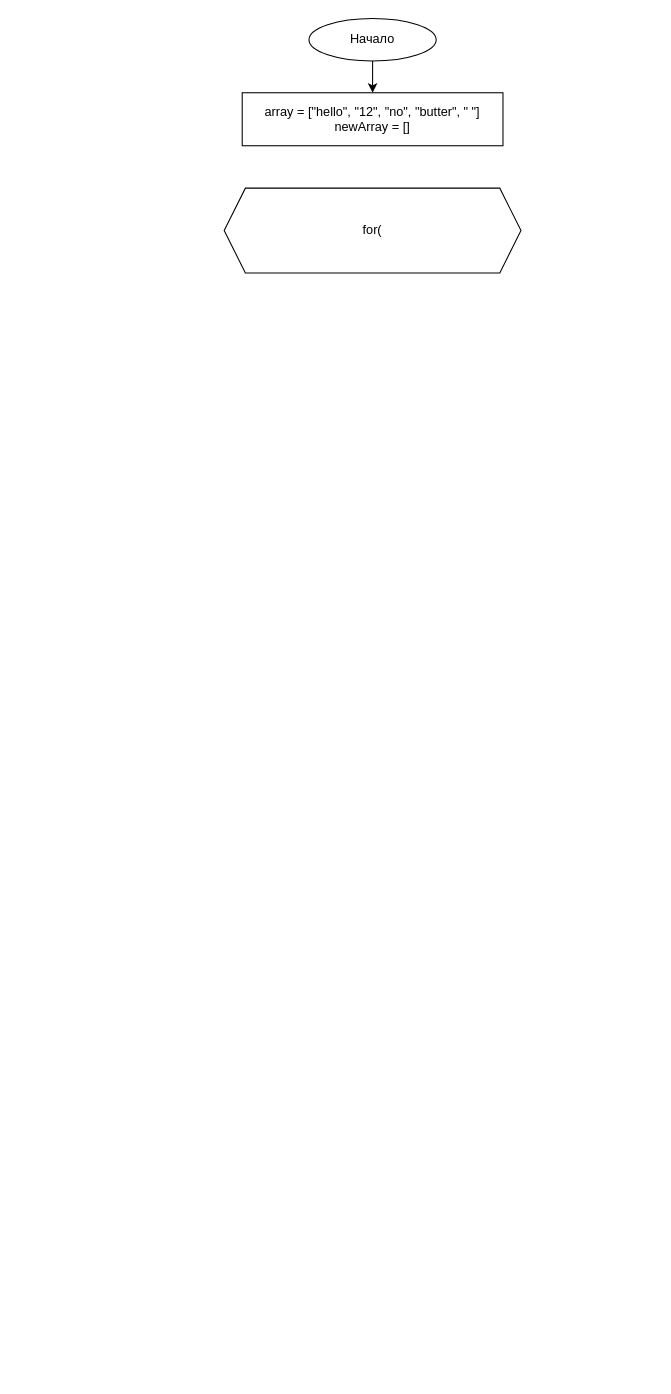
Before: Graph.drawio in sokems/MainHomeworkGB, a draw.io diagram. Source tidied: cells renumbered, new cells numbered last; positions are measured from the earlier drawing's top-left corner, leaving out a move shared by most shapes. Both pictures are drawn from the tidied source at 106%, with x=0, y=0 at pixel (224, 18).
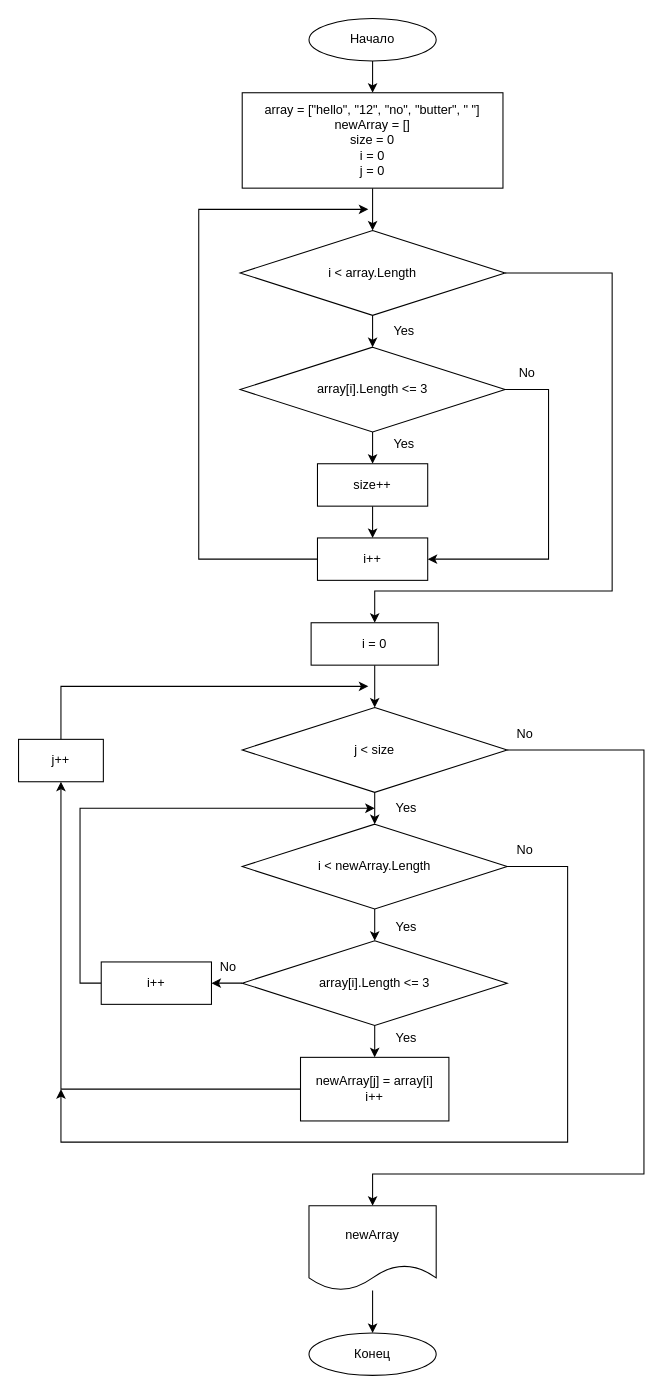
The same page after the edit.

The edit, as a diff of the source:
```diff
@@
+    <mxCell id="6" style="edgeStyle=orthogonalEdgeStyle;rounded=0;jettySize=auto;html=1;" parent="1" edge="1" source="4" target="9">
+      <mxGeometry relative="1" as="geometry" />
+    </mxCell>
-    <mxCell id="4" value="array = [&quot;hello&quot;, &quot;12&quot;, &quot;no&quot;, &quot;butter&quot;, &quot; &quot;]&lt;br&gt;newArray = []" style="rounded=0;whiteSpace=wrap;html=1;" parent="1" vertex="1">
-      <mxGeometry x="17" y="70" width="246" height="50" as="geometry" />
+    <mxCell id="4" value="array = [&quot;hello&quot;, &quot;12&quot;, &quot;no&quot;, &quot;butter&quot;, &quot; &quot;]&lt;br&gt;newArray = []&lt;br&gt;size = 0&lt;br&gt;i = 0&lt;br&gt;j = 0" style="rounded=0;whiteSpace=wrap;html=1;" parent="1" vertex="1">
+      <mxGeometry x="17" y="70" width="246" height="90" as="geometry" />
     </mxCell>
-    <mxCell id="5" value="for(" style="shape=hexagon;perimeter=hexagonPerimeter2;whiteSpace=wrap;html=1;fixedSize=1;" parent="1" vertex="1">
-      <mxGeometry y="160" width="280" height="80" as="geometry" />
-    </mxCell>
+    <mxCell id="7" style="edgeStyle=orthogonalEdgeStyle;rounded=0;jettySize=auto;html=1;" parent="1" edge="1" source="9" target="12">
+      <mxGeometry relative="1" as="geometry" />
+    </mxCell>
+    <mxCell id="8" style="edgeStyle=orthogonalEdgeStyle;rounded=0;jettySize=auto;html=1;entryX=0.5;entryY=0;entryDx=0;entryDy=0;" parent="1" edge="1" source="9" target="32">
+      <mxGeometry relative="1" as="geometry">
+        <Array as="points">
+          <mxPoint x="366" y="240" />
+          <mxPoint x="366" y="540" />
+          <mxPoint x="142" y="540" />
+        </Array>
+      </mxGeometry>
+    </mxCell>
+    <mxCell id="9" value="i &amp;lt; array.Length" style="rhombus;whiteSpace=wrap;html=1;" parent="1" vertex="1">
+      <mxGeometry x="15" y="200" width="250" height="80" as="geometry" />
+    </mxCell>
+    <mxCell id="10" style="edgeStyle=orthogonalEdgeStyle;rounded=0;jettySize=auto;html=1;" parent="1" edge="1" source="12" target="15">
+      <mxGeometry relative="1" as="geometry" />
+    </mxCell>
+    <mxCell id="11" style="edgeStyle=orthogonalEdgeStyle;rounded=0;jettySize=auto;html=1;entryX=1;entryY=0.5;entryDx=0;entryDy=0;" parent="1" edge="1" source="12" target="18">
+      <mxGeometry relative="1" as="geometry">
+        <Array as="points">
+          <mxPoint x="306" y="350" />
+          <mxPoint x="306" y="510" />
+        </Array>
+      </mxGeometry>
+    </mxCell>
+    <mxCell id="12" value="array[i].Length &amp;lt;= 3" style="rhombus;whiteSpace=wrap;html=1;" parent="1" vertex="1">
+      <mxGeometry x="15" y="310" width="250" height="80" as="geometry" />
+    </mxCell>
+    <mxCell id="13" value="Yes" style="text;html=1;strokeColor=none;fillColor=none;align=center;verticalAlign=middle;whiteSpace=wrap;rounded=0;" parent="1" vertex="1">
+      <mxGeometry x="140" y="280" width="60" height="30" as="geometry" />
+    </mxCell>
+    <mxCell id="14" style="edgeStyle=orthogonalEdgeStyle;rounded=0;jettySize=auto;html=1;" parent="1" edge="1" source="15" target="18">
+      <mxGeometry relative="1" as="geometry" />
+    </mxCell>
+    <mxCell id="15" value="size++" style="whiteSpace=wrap;html=1;" parent="1" vertex="1">
+      <mxGeometry x="88" y="420" width="104" height="40" as="geometry" />
+    </mxCell>
+    <mxCell id="16" value="Yes" style="text;html=1;strokeColor=none;fillColor=none;align=center;verticalAlign=middle;whiteSpace=wrap;rounded=0;" parent="1" vertex="1">
+      <mxGeometry x="140" y="387" width="60" height="30" as="geometry" />
+    </mxCell>
+    <mxCell id="17" style="edgeStyle=orthogonalEdgeStyle;rounded=0;jettySize=auto;html=1;" parent="1" edge="1" source="18">
+      <mxGeometry relative="1" as="geometry">
+        <mxPoint x="136" y="180" as="targetPoint" />
+        <Array as="points">
+          <mxPoint x="-24" y="510" />
+          <mxPoint x="-24" y="180" />
+        </Array>
+      </mxGeometry>
+    </mxCell>
+    <mxCell id="18" value="i++" style="whiteSpace=wrap;html=1;" parent="1" vertex="1">
+      <mxGeometry x="88" y="490" width="104" height="40" as="geometry" />
+    </mxCell>
+    <mxCell id="19" value="No" style="text;html=1;strokeColor=none;fillColor=none;align=center;verticalAlign=middle;whiteSpace=wrap;rounded=0;" parent="1" vertex="1">
+      <mxGeometry x="256" y="320" width="60" height="30" as="geometry" />
+    </mxCell>
+    <mxCell id="20" style="edgeStyle=orthogonalEdgeStyle;rounded=0;jettySize=auto;html=1;" parent="1" edge="1" source="22" target="35">
+      <mxGeometry relative="1" as="geometry" />
+    </mxCell>
+    <mxCell id="21" style="edgeStyle=orthogonalEdgeStyle;rounded=0;jettySize=auto;html=1;entryX=0.5;entryY=0;entryDx=0;entryDy=0;" parent="1" edge="1" source="22" target="43">
+      <mxGeometry relative="1" as="geometry">
+        <Array as="points">
+          <mxPoint x="396" y="690" />
+          <mxPoint x="396" y="1090" />
+          <mxPoint x="140" y="1090" />
+        </Array>
+      </mxGeometry>
+    </mxCell>
+    <mxCell id="22" value="j &amp;lt; size" style="rhombus;whiteSpace=wrap;html=1;" parent="1" vertex="1">
+      <mxGeometry x="17" y="650" width="250" height="80" as="geometry" />
+    </mxCell>
+    <mxCell id="23" style="edgeStyle=orthogonalEdgeStyle;rounded=0;jettySize=auto;html=1;" parent="1" edge="1" source="25" target="27">
+      <mxGeometry relative="1" as="geometry" />
+    </mxCell>
+    <mxCell id="24" style="edgeStyle=orthogonalEdgeStyle;rounded=0;jettySize=auto;html=1;" parent="1" edge="1" source="25" target="30">
+      <mxGeometry relative="1" as="geometry" />
+    </mxCell>
+    <mxCell id="25" value="array[i].Length &amp;lt;= 3" style="rhombus;whiteSpace=wrap;html=1;" parent="1" vertex="1">
+      <mxGeometry x="17" y="870" width="250" height="80" as="geometry" />
+    </mxCell>
+    <mxCell id="26" style="edgeStyle=orthogonalEdgeStyle;rounded=0;jettySize=auto;html=1;entryX=0.5;entryY=1;entryDx=0;entryDy=0;" parent="1" edge="1" source="27" target="41">
+      <mxGeometry relative="1" as="geometry" />
+    </mxCell>
+    <mxCell id="27" value="newArray[j] = array[i]&lt;br&gt;i++" style="whiteSpace=wrap;html=1;" parent="1" vertex="1">
+      <mxGeometry x="72" y="980" width="140" height="60" as="geometry" />
+    </mxCell>
+    <mxCell id="28" value="Yes" style="text;html=1;strokeColor=none;fillColor=none;align=center;verticalAlign=middle;whiteSpace=wrap;rounded=0;" parent="1" vertex="1">
+      <mxGeometry x="142" y="947" width="60" height="30" as="geometry" />
+    </mxCell>
+    <mxCell id="29" style="edgeStyle=orthogonalEdgeStyle;rounded=0;jettySize=auto;html=1;entryX=0;entryY=0.5;entryDx=0;entryDy=0;" parent="1" edge="1" source="30" target="36">
+      <mxGeometry relative="1" as="geometry">
+        <Array as="points">
+          <mxPoint x="-136" y="910" />
+          <mxPoint x="-136" y="745" />
+        </Array>
+      </mxGeometry>
+    </mxCell>
+    <mxCell id="30" value="i++" style="whiteSpace=wrap;html=1;" parent="1" vertex="1">
+      <mxGeometry x="-116" y="890" width="104" height="40" as="geometry" />
+    </mxCell>
+    <mxCell id="31" style="edgeStyle=orthogonalEdgeStyle;rounded=0;jettySize=auto;html=1;" parent="1" edge="1" source="32" target="22">
+      <mxGeometry relative="1" as="geometry" />
+    </mxCell>
+    <mxCell id="32" value="i = 0" style="rounded=0;whiteSpace=wrap;html=1;" parent="1" vertex="1">
+      <mxGeometry x="82" y="570" width="120" height="40" as="geometry" />
+    </mxCell>
+    <mxCell id="33" style="edgeStyle=orthogonalEdgeStyle;rounded=0;jettySize=auto;html=1;" parent="1" edge="1" source="35" target="25">
+      <mxGeometry relative="1" as="geometry" />
+    </mxCell>
+    <mxCell id="34" style="edgeStyle=orthogonalEdgeStyle;rounded=0;jettySize=auto;html=1;" parent="1" edge="1" source="35">
+      <mxGeometry relative="1" as="geometry">
+        <mxPoint x="-154" y="1010" as="targetPoint" />
+        <Array as="points">
+          <mxPoint x="324" y="800" />
+          <mxPoint x="324" y="1060" />
+          <mxPoint x="-154" y="1060" />
+        </Array>
+      </mxGeometry>
+    </mxCell>
+    <mxCell id="35" value="i &amp;lt; newArray.Length" style="rhombus;whiteSpace=wrap;html=1;" parent="1" vertex="1">
+      <mxGeometry x="17" y="760" width="250" height="80" as="geometry" />
+    </mxCell>
+    <mxCell id="36" value="Yes" style="text;html=1;strokeColor=none;fillColor=none;align=center;verticalAlign=middle;whiteSpace=wrap;rounded=0;" parent="1" vertex="1">
+      <mxGeometry x="142" y="730" width="60" height="30" as="geometry" />
+    </mxCell>
+    <mxCell id="37" value="Yes" style="text;html=1;strokeColor=none;fillColor=none;align=center;verticalAlign=middle;whiteSpace=wrap;rounded=0;" parent="1" vertex="1">
+      <mxGeometry x="142" y="842" width="60" height="30" as="geometry" />
+    </mxCell>
+    <mxCell id="38" value="No" style="text;html=1;strokeColor=none;fillColor=none;align=center;verticalAlign=middle;whiteSpace=wrap;rounded=0;" parent="1" vertex="1">
+      <mxGeometry x="-26" y="880" width="60" height="30" as="geometry" />
+    </mxCell>
+    <mxCell id="39" value="No" style="text;html=1;strokeColor=none;fillColor=none;align=center;verticalAlign=middle;whiteSpace=wrap;rounded=0;" parent="1" vertex="1">
+      <mxGeometry x="254" y="770" width="60" height="30" as="geometry" />
+    </mxCell>
+    <mxCell id="40" style="edgeStyle=orthogonalEdgeStyle;rounded=0;jettySize=auto;html=1;" parent="1" edge="1" source="41">
+      <mxGeometry relative="1" as="geometry">
+        <mxPoint x="136" y="630" as="targetPoint" />
+        <Array as="points">
+          <mxPoint x="-154" y="630" />
+        </Array>
+      </mxGeometry>
+    </mxCell>
+    <mxCell id="41" value="j++" style="rounded=0;whiteSpace=wrap;html=1;" parent="1" vertex="1">
+      <mxGeometry x="-194" y="680" width="80" height="40" as="geometry" />
+    </mxCell>
+    <mxCell id="42" style="edgeStyle=orthogonalEdgeStyle;rounded=0;jettySize=auto;html=1;" parent="1" edge="1" source="43" target="45">
+      <mxGeometry relative="1" as="geometry" />
+    </mxCell>
+    <mxCell id="43" value="newArray" style="shape=document;whiteSpace=wrap;html=1;boundedLbl=1;" parent="1" vertex="1">
+      <mxGeometry x="80" y="1120" width="120" height="80" as="geometry" />
+    </mxCell>
+    <mxCell id="44" value="No" style="text;html=1;strokeColor=none;fillColor=none;align=center;verticalAlign=middle;whiteSpace=wrap;rounded=0;" parent="1" vertex="1">
+      <mxGeometry x="254" y="660" width="60" height="30" as="geometry" />
+    </mxCell>
+    <mxCell id="45" value="Конец" style="ellipse;whiteSpace=wrap;html=1;" parent="1" vertex="1">
+      <mxGeometry x="80" y="1240" width="120" height="40" as="geometry" />
+    </mxCell>
```
